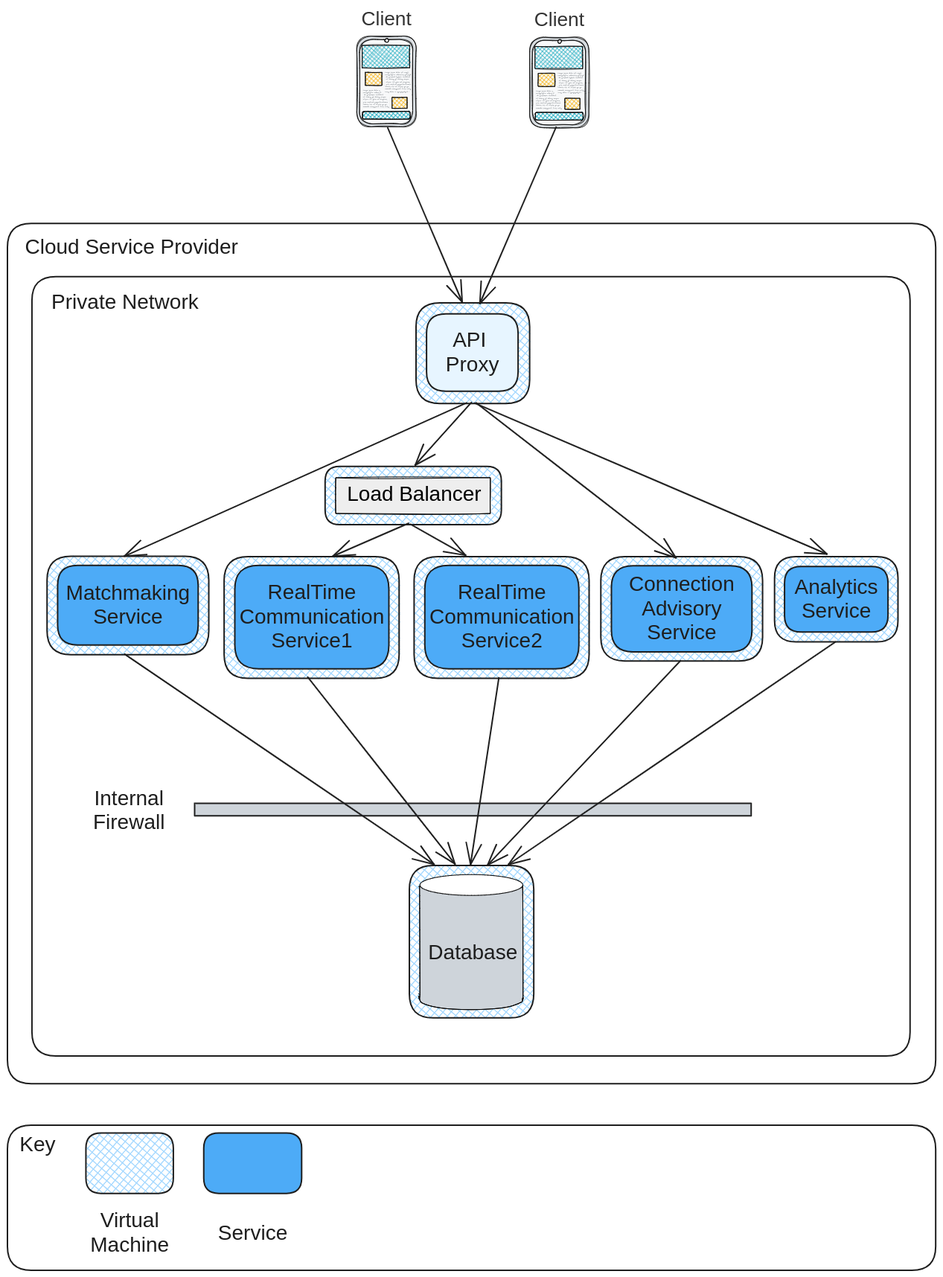
simonhammes/506-software-architecture keeps this Excalidraw diagram as images/views/deployment.excalidraw.png. Above is the earlier version. Source tidied: one line per element, renumbered; positions are measured from the earlier drawing's top-left corner, leaving out a move shared by most shapes. The source it was exported from:
```json
{"id": 0, "type": "rectangle", "strokeColor": "#1e1e1e", "backgroundColor": "#a5d8ff", "fillStyle": "cross-hatch", "strokeWidth": 2, "roughness": 0, "round": true, "x": 427, "y": 617, "width": 237, "height": 78}
{"id": 1, "type": "rectangle", "strokeColor": "#1e1e1e", "backgroundColor": "#a5d8ff", "fillStyle": "cross-hatch", "strokeWidth": 2, "roughness": 0, "round": true, "x": 540, "y": 1153, "width": 167, "height": 205}
{"id": 2, "type": "rectangle", "strokeColor": "#1e1e1e", "backgroundColor": "#a5d8ff", "fillStyle": "cross-hatch", "strokeWidth": 2, "roughness": 0, "round": true, "x": 1031, "y": 738, "width": 166, "height": 114}
{"id": 3, "type": "rectangle", "strokeColor": "#1e1e1e", "backgroundColor": "#a5d8ff", "fillStyle": "cross-hatch", "strokeWidth": 2, "roughness": 0, "round": true, "x": 53, "y": 737, "width": 217, "height": 132}
{"id": 4, "type": "rectangle", "strokeColor": "#1e1e1e", "backgroundColor": "#a5d8ff", "fillStyle": "cross-hatch", "strokeWidth": 2, "roughness": 0, "round": true, "x": 549, "y": 397, "width": 153, "height": 135}
{"id": 5, "type": "rectangle", "strokeColor": "#1e1e1e", "strokeWidth": 2, "roughness": 0, "round": true, "x": 33, "y": 362, "width": 1180, "height": 1047}
{"id": 6, "type": "rectangle", "strokeColor": "#1e1e1e", "backgroundColor": "#e7f5ff", "fillStyle": "solid", "strokeWidth": 2, "roughness": 0, "round": true, "x": 563, "y": 412, "width": 123, "height": 104}
{"id": 7, "type": "text", "text": "API \nProxy", "strokeColor": "#1e1e1e", "strokeWidth": 2, "roughness": 1, "fontSize": 28, "fontFamily": 2, "textAlign": "center", "verticalAlign": "middle", "inside": 6, "x": 589, "y": 432, "width": 72, "height": 64}
{"id": 8, "type": "text", "text": "Client", "strokeColor": "#000000", "backgroundColor": "#ced4da", "fillStyle": "solid", "strokeWidth": 1, "roughness": 1, "opacity": 80, "fontSize": 26.34, "fontFamily": 2, "textAlign": "center", "x": 476, "y": 0, "width": 67, "height": 30}
{"id": 9, "type": "rectangle", "strokeColor": "#000000", "backgroundColor": "#ced4da", "fillStyle": "solid", "strokeWidth": 1, "roughness": 1, "opacity": 80, "round": true, "x": 469, "y": 39, "width": 80, "height": 122}
{"id": 10, "type": "rectangle", "strokeColor": "#000000", "backgroundColor": "#fff", "fillStyle": "solid", "strokeWidth": 1, "roughness": 1, "opacity": 80, "round": true, "x": 473, "y": 43, "width": 71, "height": 114}
{"id": 11, "type": "ellipse", "strokeColor": "#000000", "backgroundColor": "#fff", "fillStyle": "solid", "strokeWidth": 1, "roughness": 1, "opacity": 80, "x": 507, "y": 42, "width": 5, "height": 5}
{"id": 12, "type": "rectangle", "strokeColor": "#000000", "backgroundColor": "#15aabf", "fillStyle": "cross-hatch", "strokeWidth": 1, "roughness": 1, "opacity": 80, "x": 476, "y": 51, "width": 64, "height": 30}
{"id": 13, "type": "rectangle", "strokeColor": "#000000", "backgroundColor": "#fab005", "fillStyle": "cross-hatch", "strokeWidth": 1, "roughness": 1, "opacity": 80, "x": 481, "y": 87, "width": 22, "height": 17}
{"id": 14, "type": "rectangle", "strokeColor": "#000000", "backgroundColor": "#fab005", "fillStyle": "cross-hatch", "strokeWidth": 1, "roughness": 1, "opacity": 80, "x": 517, "y": 121, "width": 20, "height": 15}
{"id": 15, "type": "text", "text": "Lorem ipsum dolor sit amet, \nconsectetur adipiscing elit,sed\n do eiusmod tempor incididunt\n ut labore et dolore magna\n aliqua. Ut enim ad miveniam,\n quis nostrud exercitaullamco \nlaboris nisi ut aliquip ex ea \nommodo consequat. Duis aute \nirure dolor in reprehenderit i", "strokeColor": "#495057", "strokeWidth": 1, "roughness": 1, "opacity": 80, "fontSize": 2.37, "fontFamily": 1, "round": true, "x": 507, "y": 86, "width": 36, "height": 29}
{"id": 16, "type": "text", "text": "Lorem ipsum dolor s, \nconsectetur adipng d\n do eiusmopor incididunt\nut labore et dolore magna\naliqua. Ut enim ad miveniam,\nquis nostrud exercitaullamco \nlaboris nisi ut aliquip ex ea \nommodo consequat. Duis aute \n", "strokeColor": "#495057", "strokeWidth": 1, "roughness": 1, "opacity": 80, "fontSize": 2.37, "fontFamily": 1, "round": true, "x": 478, "y": 109, "width": 36, "height": 29}
{"id": 17, "type": "rectangle", "strokeColor": "#000000", "backgroundColor": "#15aabf", "fillStyle": "cross-hatch", "strokeWidth": 1, "roughness": 1, "round": true, "x": 477, "y": 140, "width": 64, "height": 10}
{"id": 18, "type": "text", "text": "Client", "strokeColor": "#000000", "backgroundColor": "#ced4da", "fillStyle": "solid", "strokeWidth": 1, "roughness": 1, "opacity": 80, "fontSize": 26.34, "fontFamily": 2, "textAlign": "center", "x": 708, "y": 1, "width": 67, "height": 30}
{"id": 19, "type": "rectangle", "strokeColor": "#000000", "backgroundColor": "#ced4da", "fillStyle": "solid", "strokeWidth": 1, "roughness": 1, "opacity": 80, "round": true, "x": 702, "y": 40, "width": 80, "height": 122}
{"id": 20, "type": "rectangle", "strokeColor": "#000000", "backgroundColor": "#fff", "fillStyle": "solid", "strokeWidth": 1, "roughness": 1, "opacity": 80, "round": true, "x": 705, "y": 44, "width": 71, "height": 114}
{"id": 21, "type": "ellipse", "strokeColor": "#000000", "backgroundColor": "#fff", "fillStyle": "solid", "strokeWidth": 1, "roughness": 1, "opacity": 80, "x": 739, "y": 43, "width": 5, "height": 5}
{"id": 22, "type": "rectangle", "strokeColor": "#000000", "backgroundColor": "#15aabf", "fillStyle": "cross-hatch", "strokeWidth": 1, "roughness": 1, "opacity": 80, "x": 709, "y": 52, "width": 64, "height": 30}
{"id": 23, "type": "rectangle", "strokeColor": "#000000", "backgroundColor": "#fab005", "fillStyle": "cross-hatch", "strokeWidth": 1, "roughness": 1, "opacity": 80, "x": 713, "y": 89, "width": 22, "height": 17}
{"id": 24, "type": "rectangle", "strokeColor": "#000000", "backgroundColor": "#fab005", "fillStyle": "cross-hatch", "strokeWidth": 1, "roughness": 1, "opacity": 80, "x": 749, "y": 122, "width": 20, "height": 15}
{"id": 25, "type": "text", "text": "Lorem ipsum dolor sit amet, \nconsectetur adipiscing elit,sed\n do eiusmod tempor incididunt\n ut labore et dolore magna\n aliqua. Ut enim ad miveniam,\n quis nostrud exercitaullamco \nlaboris nisi ut aliquip ex ea \nommodo consequat. Duis aute \nirure dolor in reprehenderit i", "strokeColor": "#495057", "strokeWidth": 1, "roughness": 1, "opacity": 80, "fontSize": 2.37, "fontFamily": 1, "round": true, "x": 740, "y": 87, "width": 36, "height": 29}
{"id": 26, "type": "text", "text": "Lorem ipsum dolor s, \nconsectetur adipng d\n do eiusmopor incididunt\nut labore et dolore magna\naliqua. Ut enim ad miveniam,\nquis nostrud exercitaullamco \nlaboris nisi ut aliquip ex ea \nommodo consequat. Duis aute \n", "strokeColor": "#495057", "strokeWidth": 1, "roughness": 1, "opacity": 80, "fontSize": 2.37, "fontFamily": 1, "round": true, "x": 710, "y": 111, "width": 36, "height": 29}
{"id": 27, "type": "rectangle", "strokeColor": "#000000", "backgroundColor": "#15aabf", "fillStyle": "cross-hatch", "strokeWidth": 1, "roughness": 1, "round": true, "x": 709, "y": 141, "width": 64, "height": 10}
{"id": 28, "type": "arrow", "strokeColor": "#1e1e1e", "strokeWidth": 2, "roughness": 0, "endArrowhead": "arrow", "round": true, "from": 17, "to": 6, "x": 511, "y": 162, "width": 100, "height": 234, "points": [[0, 0], [100, 234]]}
{"id": 29, "type": "text", "text": "Private Network", "strokeColor": "#1e1e1e", "strokeWidth": 2, "roughness": 1, "fontSize": 28, "fontFamily": 2, "x": 59, "y": 380, "width": 198, "height": 32}
{"id": 30, "type": "rectangle", "strokeColor": "#1e1e1e", "backgroundColor": "#4dabf7", "fillStyle": "solid", "strokeWidth": 2, "roughness": 0, "round": true, "x": 67, "y": 750, "width": 189, "height": 107}
{"id": 31, "type": "text", "text": "Matchmaking\nService", "strokeColor": "#1e1e1e", "strokeWidth": 2, "roughness": 1, "fontSize": 28, "fontFamily": 2, "textAlign": "center", "verticalAlign": "middle", "inside": 30, "x": 79, "y": 771, "width": 167, "height": 64}
{"id": 32, "type": "rectangle", "strokeColor": "#1e1e1e", "backgroundColor": "#4dabf7", "fillStyle": "solid", "strokeWidth": 2, "roughness": 0, "round": true, "x": 1044, "y": 751, "width": 139, "height": 88}
{"id": 33, "type": "text", "text": "Analytics\nService", "strokeColor": "#1e1e1e", "strokeWidth": 2, "roughness": 1, "fontSize": 28, "fontFamily": 2, "textAlign": "center", "verticalAlign": "middle", "inside": 32, "x": 1058, "y": 763, "width": 112, "height": 64}
{"id": 34, "type": "line", "strokeColor": "#000000", "backgroundColor": "#ced4da", "fillStyle": "solid", "strokeWidth": 1, "roughness": 0, "round": true, "x": 554, "y": 1181, "width": 139, "height": 180, "points": [[0, 0], [0, 136], [0, 151], [7, 158], [32, 163], [74, 165], [114, 162], [136, 156], [139, 150], [139, 138], [139, 11], [138, -1], [129, -7], [110, -11], [67, -14], [33, -12], [6, -6], [0, 0], [0, 0]]}
{"id": 35, "type": "ellipse", "strokeColor": "#000000", "backgroundColor": "#fff", "fillStyle": "solid", "strokeWidth": 1, "roughness": 0, "x": 554, "y": 1165, "width": 138, "height": 28}
{"id": 36, "type": "text", "text": "Database", "strokeColor": "#1e1e1e", "backgroundColor": "#4dabf7", "fillStyle": "solid", "strokeWidth": 2, "roughness": 1, "fontSize": 28, "fontFamily": 2, "x": 565, "y": 1254, "width": 120, "height": 32}
{"id": 37, "type": "rectangle", "strokeColor": "#1e1e1e", "angle": 4.71, "backgroundColor": "#ced4da", "fillStyle": "solid", "strokeWidth": 2, "roughness": 0, "x": 617, "y": 704, "width": 17, "height": 748}
{"id": 38, "type": "text", "text": "Internal\nFirewall", "strokeColor": "#1e1e1e", "backgroundColor": "#ced4da", "fillStyle": "solid", "strokeWidth": 2, "roughness": 1, "fontSize": 28, "fontFamily": 2, "textAlign": "center", "x": 115, "y": 1047, "width": 96, "height": 64}
{"id": 39, "type": "rectangle", "strokeColor": "#1e1e1e", "strokeWidth": 2, "roughness": 0, "round": true, "x": 0, "y": 290, "width": 1247, "height": 1156}
{"id": 40, "type": "text", "text": "Cloud Service Provider", "strokeColor": "#1e1e1e", "strokeWidth": 2, "roughness": 0, "fontSize": 28, "fontFamily": 2, "x": 23, "y": 306, "width": 286, "height": 32}
{"id": 41, "type": "rectangle", "strokeColor": "#1e1e1e", "strokeWidth": 2, "roughness": 0, "round": true, "x": 0, "y": 1502, "width": 1247, "height": 195}
{"id": 42, "type": "text", "text": "Key", "strokeColor": "#1e1e1e", "strokeWidth": 2, "roughness": 0, "fontSize": 28, "fontFamily": 2, "x": 16, "y": 1512, "width": 48, "height": 32}
{"id": 43, "type": "rectangle", "strokeColor": "#1e1e1e", "backgroundColor": "#a5d8ff", "fillStyle": "cross-hatch", "strokeWidth": 2, "roughness": 0, "round": true, "x": 105, "y": 1512, "width": 117, "height": 81}
{"id": 44, "type": "text", "text": "Virtual\nMachine", "strokeColor": "#1e1e1e", "strokeWidth": 2, "roughness": 0, "fontSize": 28, "fontFamily": 2, "textAlign": "center", "x": 111, "y": 1615, "width": 106, "height": 64}
{"id": 45, "type": "rectangle", "strokeColor": "#1e1e1e", "backgroundColor": "#4dabf7", "fillStyle": "solid", "strokeWidth": 2, "roughness": 0, "round": true, "x": 264, "y": 1512, "width": 132, "height": 81}
{"id": 46, "type": "text", "text": "Service", "strokeColor": "#1e1e1e", "strokeWidth": 2, "roughness": 0, "fontSize": 28, "fontFamily": 2, "textAlign": "center", "x": 283, "y": 1631, "width": 93, "height": 32}
{"id": 47, "type": "rectangle", "strokeColor": "#000000", "backgroundColor": "#eeeeee", "fillStyle": "solid", "strokeWidth": 1, "roughness": 1, "x": 441, "y": 632, "width": 208, "height": 48}
{"id": 48, "type": "text", "text": "Load Balancer", "strokeColor": "#000000", "strokeWidth": 1, "roughness": 1, "fontSize": 27.94, "fontFamily": 2, "textAlign": "center", "x": 456, "y": 638, "width": 180, "height": 32}
{"id": 49, "type": "arrow", "strokeColor": "#1e1e1e", "strokeWidth": 2, "roughness": 0, "endArrowhead": "arrow", "round": true, "from": 6, "to": 0, "x": 623, "y": 531, "width": 75, "height": 84, "points": [[0, 0], [-75, 84]]}
{"id": 50, "type": "arrow", "strokeColor": "#1e1e1e", "strokeWidth": 2, "roughness": 0, "endArrowhead": "arrow", "round": true, "from": 6, "to": 30, "x": 617, "y": 531, "width": 460, "height": 206, "points": [[0, 0], [-460, 206]]}
{"id": 51, "type": "rectangle", "strokeColor": "#1e1e1e", "backgroundColor": "#a5d8ff", "fillStyle": "cross-hatch", "strokeWidth": 2, "roughness": 0, "round": true, "x": 291, "y": 738, "width": 235, "height": 163}
{"id": 52, "type": "rectangle", "strokeColor": "#1e1e1e", "backgroundColor": "#4dabf7", "fillStyle": "solid", "strokeWidth": 2, "roughness": 0, "round": true, "x": 306, "y": 750, "width": 207, "height": 139}
{"id": 53, "type": "text", "text": "RealTime\nCommunication\nService1", "strokeColor": "#1e1e1e", "strokeWidth": 2, "roughness": 1, "fontSize": 28, "fontFamily": 2, "textAlign": "center", "verticalAlign": "middle", "inside": 52, "x": 312, "y": 771, "width": 195, "height": 97}
{"id": 54, "type": "rectangle", "strokeColor": "#1e1e1e", "backgroundColor": "#a5d8ff", "fillStyle": "cross-hatch", "strokeWidth": 2, "roughness": 0, "round": true, "x": 546, "y": 738, "width": 235, "height": 163}
{"id": 55, "type": "rectangle", "strokeColor": "#1e1e1e", "backgroundColor": "#4dabf7", "fillStyle": "solid", "strokeWidth": 2, "roughness": 0, "round": true, "x": 561, "y": 750, "width": 207, "height": 139}
{"id": 56, "type": "text", "text": "RealTime\nCommunication\nService2", "strokeColor": "#1e1e1e", "strokeWidth": 2, "roughness": 1, "fontSize": 28, "fontFamily": 2, "textAlign": "center", "verticalAlign": "middle", "inside": 55, "x": 567, "y": 771, "width": 195, "height": 97}
{"id": 57, "type": "arrow", "strokeColor": "#1e1e1e", "strokeWidth": 2, "roughness": 0, "endArrowhead": "arrow", "round": true, "from": 47, "to": 52, "x": 539, "y": 693, "width": 101, "height": 44, "points": [[0, 0], [-101, 44]]}
{"id": 58, "type": "arrow", "strokeColor": "#1e1e1e", "strokeWidth": 2, "roughness": 0, "endArrowhead": "arrow", "round": true, "from": 47, "to": 55, "x": 541, "y": 694, "width": 74, "height": 42, "points": [[0, 0], [74, 42]]}
{"id": 59, "type": "rectangle", "strokeColor": "#1e1e1e", "backgroundColor": "#a5d8ff", "fillStyle": "cross-hatch", "strokeWidth": 2, "roughness": 0, "round": true, "x": 797, "y": 738, "width": 217, "height": 140}
{"id": 60, "type": "rectangle", "strokeColor": "#1e1e1e", "backgroundColor": "#4dabf7", "fillStyle": "solid", "strokeWidth": 2, "roughness": 0, "round": true, "x": 811, "y": 750, "width": 189, "height": 116}
{"id": 61, "type": "text", "text": "Connection\nAdvisory\nService", "strokeColor": "#1e1e1e", "strokeWidth": 2, "roughness": 1, "fontSize": 28, "fontFamily": 2, "textAlign": "center", "verticalAlign": "middle", "inside": 60, "x": 835, "y": 760, "width": 142, "height": 97}
{"id": 62, "type": "arrow", "strokeColor": "#1e1e1e", "strokeWidth": 2, "roughness": 0, "endArrowhead": "arrow", "round": true, "from": 6, "to": 60, "x": 630, "y": 531, "width": 268, "height": 208, "points": [[0, 0], [268, 208]]}
{"id": 63, "type": "arrow", "strokeColor": "#1e1e1e", "strokeWidth": 2, "roughness": 0, "endArrowhead": "arrow", "round": true, "from": 6, "to": 32, "x": 628, "y": 532, "width": 473, "height": 203, "points": [[0, 0], [473, 203]]}
{"id": 64, "type": "arrow", "strokeColor": "#1e1e1e", "strokeWidth": 2, "roughness": 0, "endArrowhead": "arrow", "round": true, "from": 30, "to": 1, "x": 158, "y": 869, "width": 415, "height": 282, "points": [[0, 0], [415, 282]]}
{"id": 65, "type": "arrow", "strokeColor": "#1e1e1e", "strokeWidth": 2, "roughness": 0, "endArrowhead": "arrow", "round": true, "from": 52, "to": 35, "x": 403, "y": 900, "width": 198, "height": 251, "points": [[0, 0], [198, 251]]}
{"id": 66, "type": "arrow", "strokeColor": "#1e1e1e", "strokeWidth": 2, "roughness": 0, "endArrowhead": "arrow", "round": true, "from": 55, "to": 35, "x": 660, "y": 901, "width": 38, "height": 251, "points": [[0, 0], [-38, 251]]}
{"id": 67, "type": "arrow", "strokeColor": "#1e1e1e", "strokeWidth": 2, "roughness": 0, "endArrowhead": "arrow", "round": true, "from": 60, "to": 35, "x": 904, "y": 878, "width": 259, "height": 275, "points": [[0, 0], [-259, 275]]}
{"id": 68, "type": "arrow", "strokeColor": "#1e1e1e", "strokeWidth": 2, "roughness": 0, "endArrowhead": "arrow", "round": true, "from": 32, "to": 1, "x": 1113, "y": 852, "width": 440, "height": 299, "points": [[0, 0], [-440, 299]]}
{"id": 69, "type": "arrow", "strokeColor": "#1e1e1e", "strokeWidth": 2, "roughness": 0, "endArrowhead": "arrow", "round": true, "from": 27, "to": 6, "x": 737, "y": 161, "width": 102, "height": 237, "points": [[0, 0], [-102, 237]]}
```
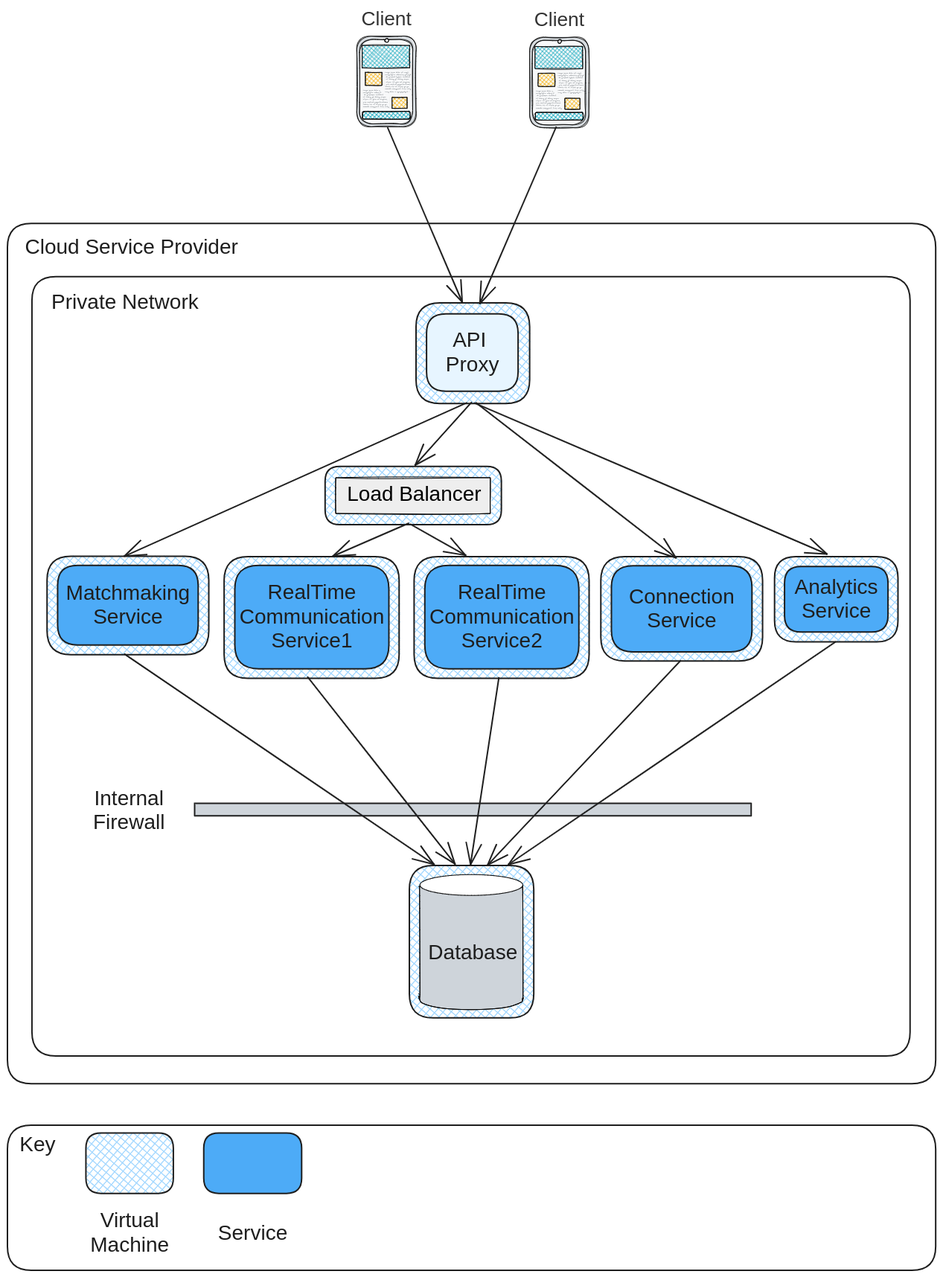
After the change.

Change to the diagram source:
```diff
@@ -59,7 +59,7 @@
 {"id": 58, "type": "arrow", "strokeColor": "#1e1e1e", "strokeWidth": 2, "roughness": 0, "endArrowhead": "arrow", "round": true, "from": 47, "to": 55, "x": 541, "y": 694, "width": 74, "height": 42, "points": [[0, 0], [74, 42]]}
 {"id": 59, "type": "rectangle", "strokeColor": "#1e1e1e", "backgroundColor": "#a5d8ff", "fillStyle": "cross-hatch", "strokeWidth": 2, "roughness": 0, "round": true, "x": 797, "y": 738, "width": 217, "height": 140}
 {"id": 60, "type": "rectangle", "strokeColor": "#1e1e1e", "backgroundColor": "#4dabf7", "fillStyle": "solid", "strokeWidth": 2, "roughness": 0, "round": true, "x": 811, "y": 750, "width": 189, "height": 116}
-{"id": 61, "type": "text", "text": "Connection\nAdvisory\nService", "strokeColor": "#1e1e1e", "strokeWidth": 2, "roughness": 1, "fontSize": 28, "fontFamily": 2, "textAlign": "center", "verticalAlign": "middle", "inside": 60, "x": 835, "y": 760, "width": 142, "height": 97}
+{"id": 61, "type": "text", "text": "Connection\nService", "strokeColor": "#1e1e1e", "strokeWidth": 2, "roughness": 1, "fontSize": 28, "fontFamily": 2, "textAlign": "center", "verticalAlign": "middle", "inside": 60, "x": 835, "y": 776, "width": 142, "height": 64}
 {"id": 62, "type": "arrow", "strokeColor": "#1e1e1e", "strokeWidth": 2, "roughness": 0, "endArrowhead": "arrow", "round": true, "from": 6, "to": 60, "x": 630, "y": 531, "width": 268, "height": 208, "points": [[0, 0], [268, 208]]}
 {"id": 63, "type": "arrow", "strokeColor": "#1e1e1e", "strokeWidth": 2, "roughness": 0, "endArrowhead": "arrow", "round": true, "from": 6, "to": 32, "x": 628, "y": 532, "width": 473, "height": 203, "points": [[0, 0], [473, 203]]}
 {"id": 64, "type": "arrow", "strokeColor": "#1e1e1e", "strokeWidth": 2, "roughness": 0, "endArrowhead": "arrow", "round": true, "from": 30, "to": 1, "x": 158, "y": 869, "width": 415, "height": 282, "points": [[0, 0], [415, 282]]}
```
